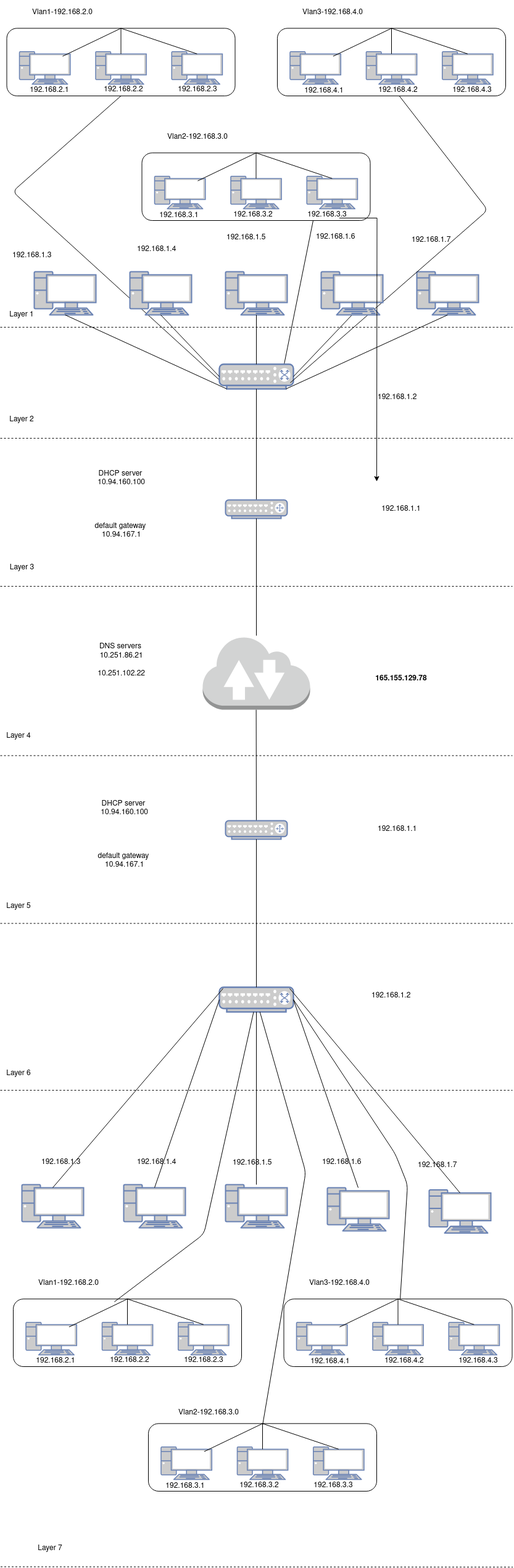
Before: images/NetworkFlowChart2019.png, a diagram exported from draw.io (dyang21/dyang21.github.io). Source tidied: cells renumbered, new cells last; positions are measured from the earlier drawing's top-left corner, leaving out a move shared by most shapes.
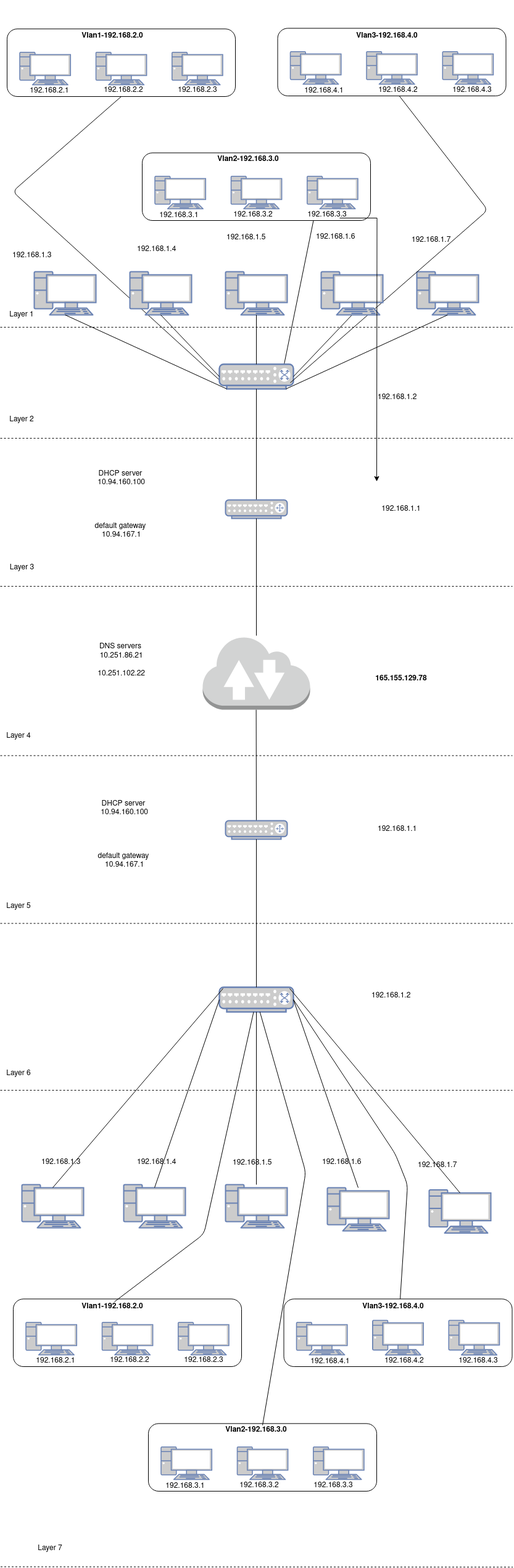
Later version of the same file.

The edit, as a diff of the source:
```diff
@@ -235,7 +235,7 @@
       <mxGeometry x="520" y="440" width="100" height="70" as="geometry" />
     </mxCell>
     <mxCell id="68" style="group;" parent="1" vertex="1">
-      <mxGeometry x="10.5" width="808.5" height="359" as="geometry" />
+      <mxGeometry x="11" width="808.5" height="359" as="geometry" />
     </mxCell>
     <mxCell id="69" style="group;" parent="68" vertex="1">
       <mxGeometry x="219" y="202" width="370" height="157" as="geometry" />
@@ -264,19 +264,8 @@
     <mxCell id="77" style="fontColor=#0066CC;verticalAlign=top;verticalLabelPosition=bottom;labelPosition=center;align=center;html=1;outlineConnect=0;fillColor=#CCCCCC;strokeColor=#6881B3;gradientColor=none;gradientDirection=north;strokeWidth=2;shape=mxgraph.networks.pc;" parent="73" vertex="1">
       <mxGeometry x="267.2" y="83.2" width="82.2" height="52.9" as="geometry" />
     </mxCell>
-    <mxCell id="78" style="endArrow=none;html=1;entryX=0.5;entryY=0;entryDx=0;entryDy=0;exitX=0.5;exitY=0.07;exitDx=0;exitDy=0;exitPerimeter=0;" parent="73" edge="1" source="76" target="74">
-      <mxGeometry relative="1" as="geometry" />
-    </mxCell>
-    <mxCell id="79" style="endArrow=none;html=1;entryX=0.5;entryY=0;entryDx=0;entryDy=0;exitX=0.5;exitY=0.07;exitDx=0;exitDy=0;exitPerimeter=0;" parent="73" edge="1" target="74">
-      <mxGeometry relative="1" as="geometry">
-        <mxPoint x="90.4" y="90.7" as="sourcePoint" />
-      </mxGeometry>
-    </mxCell>
-    <mxCell id="80" style="endArrow=none;html=1;entryX=0.5;entryY=0;entryDx=0;entryDy=0;exitX=0.5;exitY=0.07;exitDx=0;exitDy=0;exitPerimeter=0;" parent="73" edge="1" source="77" target="74">
-      <mxGeometry relative="1" as="geometry" />
-    </mxCell>
-    <mxCell id="81" value="Vlan2-192.168.3.0" style="text;html=1;strokeColor=none;fillColor=none;align=center;verticalAlign=middle;whiteSpace=wrap;rounded=0;" parent="73" vertex="1">
-      <mxGeometry x="8.2" y="11.9" width="164.4" height="15.9" as="geometry" />
+    <mxCell id="81" value="&lt;b&gt;Vlan2-192.168.3.0&lt;/b&gt;" style="text;html=1;strokeColor=none;fillColor=none;align=center;verticalAlign=middle;whiteSpace=wrap;rounded=0;" parent="73" vertex="1">
+      <mxGeometry x="90" y="48" width="164.4" height="15.9" as="geometry" />
     </mxCell>
     <mxCell id="82" value="192.168.3.1" style="text;html=1;strokeColor=none;fillColor=none;align=center;verticalAlign=middle;whiteSpace=wrap;rounded=0;" parent="73" vertex="1">
       <mxGeometry x="40" y="137" width="40" height="20" as="geometry" />
@@ -299,19 +288,8 @@
     <mxCell id="88" style="fontColor=#0066CC;verticalAlign=top;verticalLabelPosition=bottom;labelPosition=center;align=center;html=1;outlineConnect=0;fillColor=#CCCCCC;strokeColor=#6881B3;gradientColor=none;gradientDirection=north;strokeWidth=2;shape=mxgraph.networks.pc;" parent="68" vertex="1">
       <mxGeometry x="705.7" y="83.2" width="82.2" height="52.9" as="geometry" />
     </mxCell>
-    <mxCell id="89" style="endArrow=none;html=1;entryX=0.5;entryY=0;entryDx=0;entryDy=0;exitX=0.5;exitY=0.07;exitDx=0;exitDy=0;exitPerimeter=0;" parent="68" edge="1" source="87" target="85">
-      <mxGeometry relative="1" as="geometry" />
-    </mxCell>
-    <mxCell id="90" style="endArrow=none;html=1;entryX=0.5;entryY=0;entryDx=0;entryDy=0;exitX=0.5;exitY=0.07;exitDx=0;exitDy=0;exitPerimeter=0;" parent="68" edge="1" target="85">
-      <mxGeometry relative="1" as="geometry">
-        <mxPoint x="528.9" y="90.7" as="sourcePoint" />
-      </mxGeometry>
-    </mxCell>
-    <mxCell id="91" style="endArrow=none;html=1;entryX=0.5;entryY=0;entryDx=0;entryDy=0;exitX=0.5;exitY=0.07;exitDx=0;exitDy=0;exitPerimeter=0;" parent="68" edge="1" source="88" target="85">
-      <mxGeometry relative="1" as="geometry" />
-    </mxCell>
-    <mxCell id="92" value="Vlan3-192.168.4.0" style="text;html=1;strokeColor=none;fillColor=none;align=center;verticalAlign=middle;whiteSpace=wrap;rounded=0;" parent="68" vertex="1">
-      <mxGeometry x="446.7" y="11.9" width="164.4" height="15.9" as="geometry" />
+    <mxCell id="92" value="&lt;b&gt;Vlan3-192.168.4.0&lt;/b&gt;" style="text;html=1;strokeColor=none;fillColor=none;align=center;verticalAlign=middle;whiteSpace=wrap;rounded=0;" parent="68" vertex="1">
+      <mxGeometry x="534" y="50" width="164.4" height="15.9" as="geometry" />
     </mxCell>
     <mxCell id="93" value="192.168.4.1" style="text;html=1;strokeColor=none;fillColor=none;align=center;verticalAlign=middle;whiteSpace=wrap;rounded=0;" parent="68" vertex="1">
       <mxGeometry x="494" y="137" width="40" height="20" as="geometry" />
@@ -323,7 +301,7 @@
       <mxGeometry x="734" y="136" width="40" height="20" as="geometry" />
     </mxCell>
     <mxCell id="96" style="group;" parent="68" vertex="1">
-      <mxGeometry width="370" height="156" as="geometry" />
+      <mxGeometry y="1" width="370" height="156" as="geometry" />
     </mxCell>
     <mxCell id="97" style="group;" parent="96" vertex="1">
       <mxGeometry width="370" height="156" as="geometry" />
@@ -349,19 +327,8 @@
     <mxCell id="104" style="fontColor=#0066CC;verticalAlign=top;verticalLabelPosition=bottom;labelPosition=center;align=center;html=1;outlineConnect=0;fillColor=#CCCCCC;strokeColor=#6881B3;gradientColor=none;gradientDirection=north;strokeWidth=2;shape=mxgraph.networks.pc;" parent="100" vertex="1">
       <mxGeometry x="267.2" y="83.2" width="82.2" height="52.9" as="geometry" />
     </mxCell>
-    <mxCell id="105" style="endArrow=none;html=1;entryX=0.5;entryY=0;entryDx=0;entryDy=0;exitX=0.5;exitY=0.07;exitDx=0;exitDy=0;exitPerimeter=0;" parent="100" edge="1" source="103" target="101">
-      <mxGeometry relative="1" as="geometry" />
-    </mxCell>
-    <mxCell id="106" style="endArrow=none;html=1;entryX=0.5;entryY=0;entryDx=0;entryDy=0;exitX=0.5;exitY=0.07;exitDx=0;exitDy=0;exitPerimeter=0;" parent="100" edge="1" target="101">
-      <mxGeometry relative="1" as="geometry">
-        <mxPoint x="90.4" y="90.7" as="sourcePoint" />
-      </mxGeometry>
-    </mxCell>
-    <mxCell id="107" style="endArrow=none;html=1;entryX=0.5;entryY=0;entryDx=0;entryDy=0;exitX=0.5;exitY=0.07;exitDx=0;exitDy=0;exitPerimeter=0;" parent="100" edge="1" source="104" target="101">
-      <mxGeometry relative="1" as="geometry" />
-    </mxCell>
-    <mxCell id="108" value="Vlan1-192.168.2.0" style="text;html=1;strokeColor=none;fillColor=none;align=center;verticalAlign=middle;whiteSpace=wrap;rounded=0;" parent="100" vertex="1">
-      <mxGeometry x="8.2" y="11.9" width="164.4" height="15.9" as="geometry" />
+    <mxCell id="108" value="&lt;b&gt;Vlan1-192.168.2.0&lt;/b&gt;" style="text;html=1;strokeColor=none;fillColor=none;align=center;verticalAlign=middle;whiteSpace=wrap;rounded=0;" parent="100" vertex="1">
+      <mxGeometry x="89" y="49" width="164.4" height="15.9" as="geometry" />
     </mxCell>
     <mxCell id="109" value="192.168.2.1" style="text;html=1;strokeColor=none;fillColor=none;align=center;verticalAlign=middle;whiteSpace=wrap;rounded=0;" parent="100" vertex="1">
       <mxGeometry x="49" y="136" width="40" height="20" as="geometry" />
@@ -402,19 +369,8 @@
     <mxCell id="121" style="fontColor=#0066CC;verticalAlign=top;verticalLabelPosition=bottom;labelPosition=center;align=center;html=1;outlineConnect=0;fillColor=#CCCCCC;strokeColor=#6881B3;gradientColor=none;gradientDirection=north;strokeWidth=2;shape=mxgraph.networks.pc;" parent="117" vertex="1">
       <mxGeometry x="267.2" y="83.2" width="82.2" height="52.9" as="geometry" />
     </mxCell>
-    <mxCell id="122" style="endArrow=none;html=1;entryX=0.5;entryY=0;entryDx=0;entryDy=0;exitX=0.5;exitY=0.07;exitDx=0;exitDy=0;exitPerimeter=0;" parent="117" edge="1" source="120" target="118">
-      <mxGeometry relative="1" as="geometry" />
-    </mxCell>
-    <mxCell id="123" style="endArrow=none;html=1;entryX=0.5;entryY=0;entryDx=0;entryDy=0;exitX=0.5;exitY=0.07;exitDx=0;exitDy=0;exitPerimeter=0;" parent="117" edge="1" target="118">
-      <mxGeometry relative="1" as="geometry">
-        <mxPoint x="90.4" y="90.7" as="sourcePoint" />
-      </mxGeometry>
-    </mxCell>
-    <mxCell id="124" style="endArrow=none;html=1;entryX=0.5;entryY=0;entryDx=0;entryDy=0;exitX=0.5;exitY=0.07;exitDx=0;exitDy=0;exitPerimeter=0;" parent="117" edge="1" source="121" target="118">
-      <mxGeometry relative="1" as="geometry" />
-    </mxCell>
-    <mxCell id="125" value="Vlan2-192.168.3.0" style="text;html=1;strokeColor=none;fillColor=none;align=center;verticalAlign=middle;whiteSpace=wrap;rounded=0;" parent="117" vertex="1">
-      <mxGeometry x="15.7" y="19.9" width="164.4" height="15.9" as="geometry" />
+    <mxCell id="125" value="&lt;b&gt;Vlan2-192.168.3.0&lt;/b&gt;" style="text;html=1;strokeColor=none;fillColor=none;align=center;verticalAlign=middle;whiteSpace=wrap;rounded=0;" parent="117" vertex="1">
+      <mxGeometry x="93" y="48" width="164.4" height="15.9" as="geometry" />
     </mxCell>
     <mxCell id="126" value="192.168.3.1" style="text;html=1;strokeColor=none;fillColor=none;align=center;verticalAlign=middle;whiteSpace=wrap;rounded=0;" parent="117" vertex="1">
       <mxGeometry x="40" y="137" width="40" height="20" as="geometry" />
@@ -432,24 +388,13 @@
       <mxGeometry x="459.1" y="83.2" width="82.2" height="52.9" as="geometry" />
     </mxCell>
     <mxCell id="131" style="fontColor=#0066CC;verticalAlign=top;verticalLabelPosition=bottom;labelPosition=center;align=center;html=1;outlineConnect=0;fillColor=#CCCCCC;strokeColor=#6881B3;gradientColor=none;gradientDirection=north;strokeWidth=2;shape=mxgraph.networks.pc;" parent="112" vertex="1">
-      <mxGeometry x="582.4" y="83.2" width="82.2" height="52.9" as="geometry" />
+      <mxGeometry x="582.4" y="80" width="82.2" height="56.1" as="geometry" />
     </mxCell>
     <mxCell id="132" style="fontColor=#0066CC;verticalAlign=top;verticalLabelPosition=bottom;labelPosition=center;align=center;html=1;outlineConnect=0;fillColor=#CCCCCC;strokeColor=#6881B3;gradientColor=none;gradientDirection=north;strokeWidth=2;shape=mxgraph.networks.pc;" parent="112" vertex="1">
-      <mxGeometry x="705.7" y="83.2" width="82.2" height="52.9" as="geometry" />
+      <mxGeometry x="705.7" y="80" width="82.2" height="56.1" as="geometry" />
     </mxCell>
-    <mxCell id="133" style="endArrow=none;html=1;entryX=0.5;entryY=0;entryDx=0;entryDy=0;exitX=0.5;exitY=0.07;exitDx=0;exitDy=0;exitPerimeter=0;" parent="112" edge="1" source="131" target="129">
-      <mxGeometry relative="1" as="geometry" />
-    </mxCell>
-    <mxCell id="134" style="endArrow=none;html=1;entryX=0.5;entryY=0;entryDx=0;entryDy=0;exitX=0.5;exitY=0.07;exitDx=0;exitDy=0;exitPerimeter=0;" parent="112" edge="1" target="129">
-      <mxGeometry relative="1" as="geometry">
-        <mxPoint x="528.9" y="90.7" as="sourcePoint" />
-      </mxGeometry>
-    </mxCell>
-    <mxCell id="135" style="endArrow=none;html=1;entryX=0.5;entryY=0;entryDx=0;entryDy=0;exitX=0.5;exitY=0.07;exitDx=0;exitDy=0;exitPerimeter=0;" parent="112" edge="1" source="132" target="129">
-      <mxGeometry relative="1" as="geometry" />
-    </mxCell>
-    <mxCell id="136" value="Vlan3-192.168.4.0" style="text;html=1;strokeColor=none;fillColor=none;align=center;verticalAlign=middle;whiteSpace=wrap;rounded=0;" parent="112" vertex="1">
-      <mxGeometry x="446.7" y="11.9" width="164.4" height="15.9" as="geometry" />
+    <mxCell id="136" value="&lt;b&gt;Vlan3-192.168.4.0&lt;/b&gt;" style="text;html=1;strokeColor=none;fillColor=none;align=center;verticalAlign=middle;whiteSpace=wrap;rounded=0;" parent="112" vertex="1">
+      <mxGeometry x="534" y="50" width="164.4" height="15.9" as="geometry" />
     </mxCell>
     <mxCell id="137" value="192.168.4.1" style="text;html=1;strokeColor=none;fillColor=none;align=center;verticalAlign=middle;whiteSpace=wrap;rounded=0;" parent="112" vertex="1">
       <mxGeometry x="494" y="137" width="40" height="20" as="geometry" />
@@ -487,19 +432,8 @@
     <mxCell id="148" style="fontColor=#0066CC;verticalAlign=top;verticalLabelPosition=bottom;labelPosition=center;align=center;html=1;outlineConnect=0;fillColor=#CCCCCC;strokeColor=#6881B3;gradientColor=none;gradientDirection=north;strokeWidth=2;shape=mxgraph.networks.pc;" parent="144" vertex="1">
       <mxGeometry x="267.2" y="83.2" width="82.2" height="52.9" as="geometry" />
     </mxCell>
-    <mxCell id="149" style="endArrow=none;html=1;entryX=0.5;entryY=0;entryDx=0;entryDy=0;exitX=0.5;exitY=0.07;exitDx=0;exitDy=0;exitPerimeter=0;" parent="144" edge="1" source="147" target="145">
-      <mxGeometry relative="1" as="geometry" />
-    </mxCell>
-    <mxCell id="150" style="endArrow=none;html=1;entryX=0.5;entryY=0;entryDx=0;entryDy=0;exitX=0.5;exitY=0.07;exitDx=0;exitDy=0;exitPerimeter=0;" parent="144" edge="1" target="145">
-      <mxGeometry relative="1" as="geometry">
-        <mxPoint x="90.4" y="90.7" as="sourcePoint" />
-      </mxGeometry>
-    </mxCell>
-    <mxCell id="151" style="endArrow=none;html=1;entryX=0.5;entryY=0;entryDx=0;entryDy=0;exitX=0.5;exitY=0.07;exitDx=0;exitDy=0;exitPerimeter=0;" parent="144" edge="1" source="148" target="145">
-      <mxGeometry relative="1" as="geometry" />
-    </mxCell>
-    <mxCell id="152" value="Vlan1-192.168.2.0" style="text;html=1;strokeColor=none;fillColor=none;align=center;verticalAlign=middle;whiteSpace=wrap;rounded=0;" parent="144" vertex="1">
-      <mxGeometry x="8.2" y="11.9" width="164.4" height="15.9" as="geometry" />
+    <mxCell id="152" value="&lt;b&gt;Vlan1-192.168.2.0&lt;/b&gt;" style="text;html=1;strokeColor=none;fillColor=none;align=center;verticalAlign=middle;whiteSpace=wrap;rounded=0;" parent="144" vertex="1">
+      <mxGeometry x="79" y="50" width="164.4" height="15.9" as="geometry" />
     </mxCell>
     <mxCell id="153" value="192.168.2.1" style="text;html=1;strokeColor=none;fillColor=none;align=center;verticalAlign=middle;whiteSpace=wrap;rounded=0;" parent="144" vertex="1">
       <mxGeometry x="49" y="136" width="40" height="20" as="geometry" />
```
